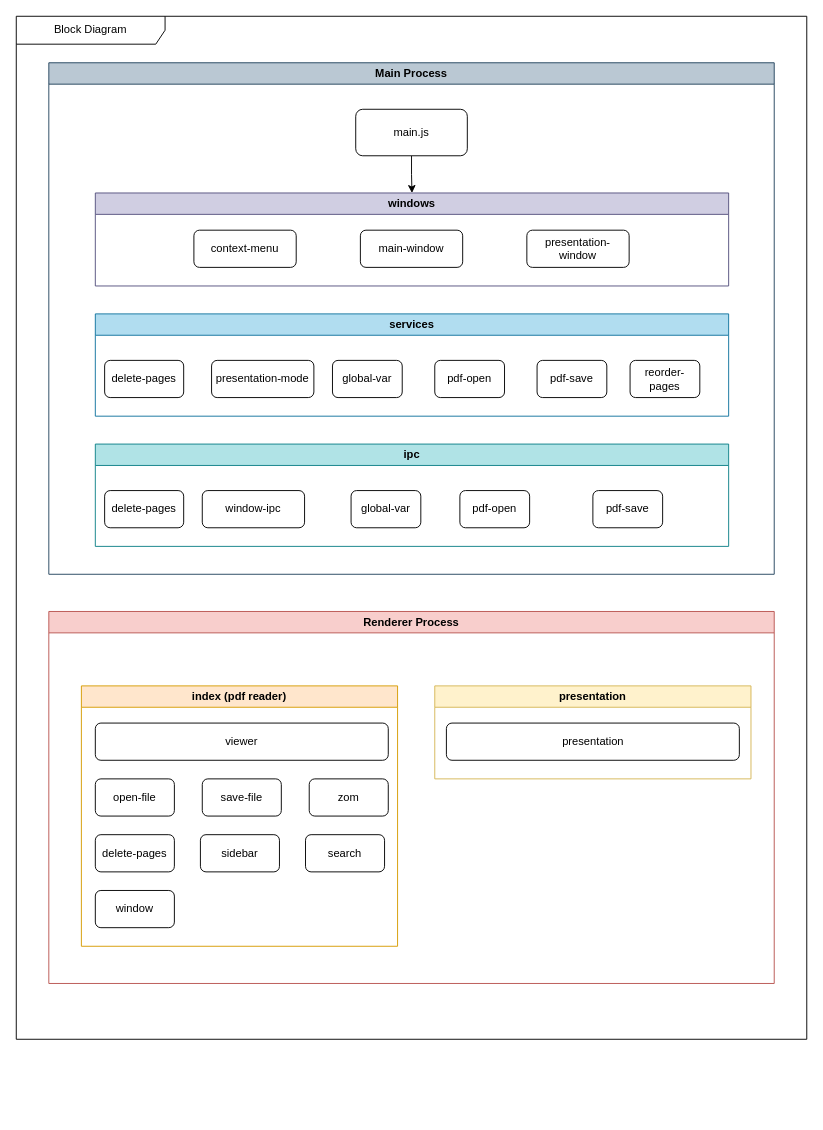
This is docs/manual_tecnico/block_diagram/BlockDiagram.drawio from Mashtic/LectorPDFMinimalista, a draw.io file, before an edit. Source tidied: cells renumbered, new cells numbered last; positions are measured from the earlier drawing's top-left corner, leaving out a move shared by most shapes. Both pictures are drawn from the tidied source at 93%, with x=0, y=0 at pixel (16, 16).
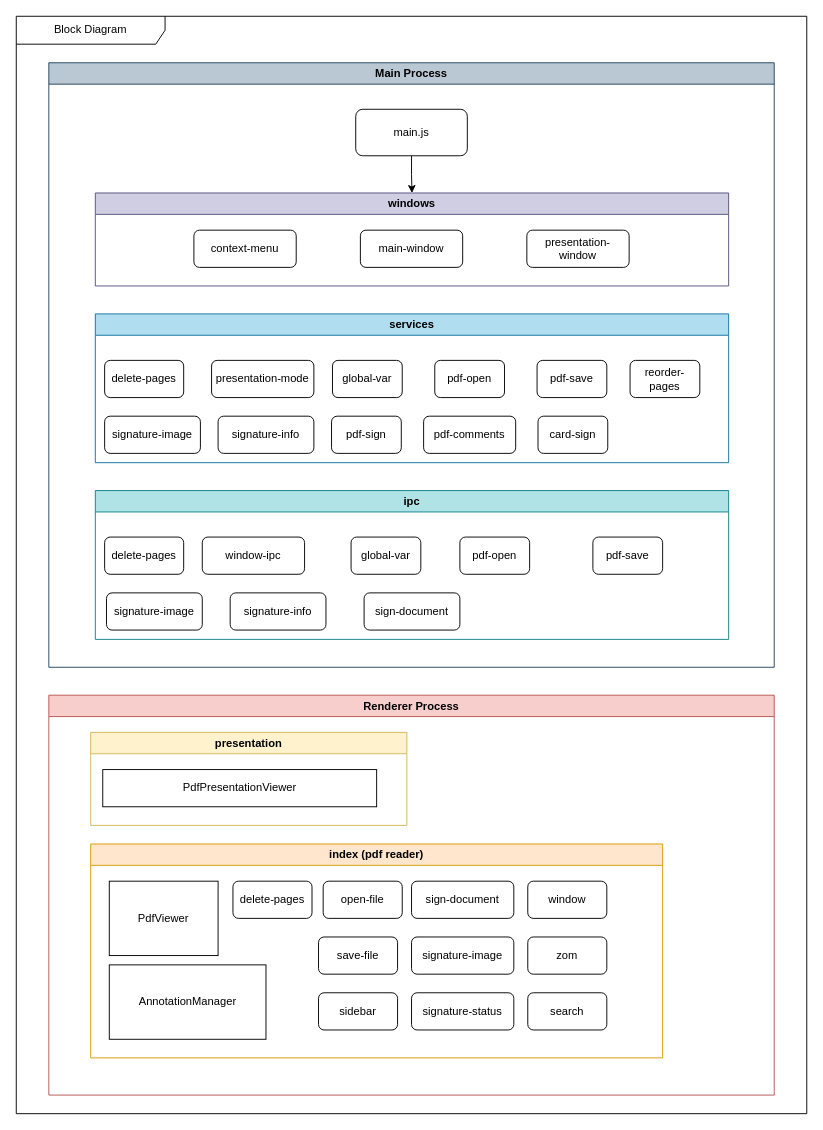
After the change.

The edit, as a diff of the source:
```diff
@@
     <mxCell id="2" value="Block Diagram" style="shape=umlFrame;whiteSpace=wrap;html=1;width=160;" parent="1" vertex="1">
-      <mxGeometry width="850" height="1100" as="geometry" />
+      <mxGeometry width="850" height="1180" as="geometry" />
     </mxCell>
     <mxCell id="3" value="Main Process" style="swimlane;whiteSpace=wrap;html=1;startSize=23;fillColor=#bac8d3;strokeColor=#23445d;" parent="2" vertex="1">
-      <mxGeometry x="35" y="50" width="780" height="550" as="geometry" />
+      <mxGeometry x="35" y="50" width="780" height="650" as="geometry" />
     </mxCell>
@@
     <mxCell id="6" value="services" style="swimlane;whiteSpace=wrap;html=1;startSize=23;fillColor=#b1ddf0;strokeColor=#10739e;" parent="3" vertex="1">
-      <mxGeometry x="50" y="270" width="681" height="110" as="geometry" />
+      <mxGeometry x="50" y="270" width="681" height="160" as="geometry" />
     </mxCell>
@@
+    <mxCell id="35" value="signature-image" style="rounded=1;whiteSpace=wrap;html=1;" parent="6" vertex="1">
+      <mxGeometry x="10" y="110" width="103" height="40" as="geometry" />
+    </mxCell>
+    <mxCell id="36" value="signature-info" style="rounded=1;whiteSpace=wrap;html=1;" parent="6" vertex="1">
+      <mxGeometry x="132" y="110" width="103" height="40" as="geometry" />
+    </mxCell>
+    <mxCell id="37" value="pdf-sign" style="rounded=1;whiteSpace=wrap;html=1;" parent="6" vertex="1">
+      <mxGeometry x="254" y="110" width="75" height="40" as="geometry" />
+    </mxCell>
+    <mxCell id="38" value="pdf-comments" style="rounded=1;whiteSpace=wrap;html=1;" parent="6" vertex="1">
+      <mxGeometry x="353" y="110" width="99" height="40" as="geometry" />
+    </mxCell>
+    <mxCell id="39" value="card-sign" style="rounded=1;whiteSpace=wrap;html=1;" parent="6" vertex="1">
+      <mxGeometry x="476" y="110" width="75" height="40" as="geometry" />
+    </mxCell>
@@
     <mxCell id="17" value="ipc" style="swimlane;whiteSpace=wrap;html=1;startSize=23;fillColor=#b0e3e6;strokeColor=#0e8088;" parent="3" vertex="1">
-      <mxGeometry x="50" y="410" width="681" height="110" as="geometry" />
+      <mxGeometry x="50" y="460" width="681" height="160" as="geometry" />
     </mxCell>
@@
+    <mxCell id="40" value="signature-image" style="rounded=1;whiteSpace=wrap;html=1;" parent="17" vertex="1">
+      <mxGeometry x="12" y="110" width="103" height="40" as="geometry" />
+    </mxCell>
+    <mxCell id="41" value="signature-info" style="rounded=1;whiteSpace=wrap;html=1;" parent="17" vertex="1">
+      <mxGeometry x="145" y="110" width="103" height="40" as="geometry" />
+    </mxCell>
+    <mxCell id="42" value="sign-document" style="rounded=1;whiteSpace=wrap;html=1;" parent="17" vertex="1">
+      <mxGeometry x="289" y="110" width="103" height="40" as="geometry" />
+    </mxCell>
     <mxCell id="23" value="Renderer Process" style="swimlane;whiteSpace=wrap;html=1;startSize=23;fillColor=#f8cecc;strokeColor=#b85450;" parent="2" vertex="1">
-      <mxGeometry x="35" y="640" width="780" height="400" as="geometry" />
+      <mxGeometry x="35" y="730" width="780" height="430" as="geometry" />
     </mxCell>
     <mxCell id="24" value="index (pdf reader)" style="swimlane;whiteSpace=wrap;html=1;startSize=23;fillColor=#ffe6cc;strokeColor=#d79b00;" parent="23" vertex="1">
-      <mxGeometry x="35" y="80" width="340" height="280" as="geometry" />
+      <mxGeometry x="45" y="160" width="615" height="230" as="geometry" />
     </mxCell>
     <mxCell id="25" value="delete-pages" style="rounded=1;whiteSpace=wrap;html=1;" parent="24" vertex="1">
-      <mxGeometry x="15" y="160" width="85" height="40" as="geometry" />
+      <mxGeometry x="153" y="40" width="85" height="40" as="geometry" />
     </mxCell>
     <mxCell id="26" value="open-file" style="rounded=1;whiteSpace=wrap;html=1;" parent="24" vertex="1">
-      <mxGeometry x="15" y="100" width="85" height="40" as="geometry" />
+      <mxGeometry x="250" y="40" width="85" height="40" as="geometry" />
     </mxCell>
     <mxCell id="27" value="save-file" style="rounded=1;whiteSpace=wrap;html=1;" parent="24" vertex="1">
-      <mxGeometry x="130" y="100" width="85" height="40" as="geometry" />
+      <mxGeometry x="245" y="100" width="85" height="40" as="geometry" />
     </mxCell>
     <mxCell id="28" value="search" style="rounded=1;whiteSpace=wrap;html=1;" parent="24" vertex="1">
-      <mxGeometry x="241" y="160" width="85" height="40" as="geometry" />
+      <mxGeometry x="470" y="160" width="85" height="40" as="geometry" />
     </mxCell>
     <mxCell id="29" value="sidebar" style="rounded=1;whiteSpace=wrap;html=1;" parent="24" vertex="1">
-      <mxGeometry x="128" y="160" width="85" height="40" as="geometry" />
+      <mxGeometry x="245" y="160" width="85" height="40" as="geometry" />
     </mxCell>
-    <mxCell id="30" value="viewer" style="rounded=1;whiteSpace=wrap;html=1;" parent="24" vertex="1">
-      <mxGeometry x="15" y="40" width="315" height="40" as="geometry" />
-    </mxCell>
     <mxCell id="31" value="window" style="rounded=1;whiteSpace=wrap;html=1;" parent="24" vertex="1">
-      <mxGeometry x="15" y="220" width="85" height="40" as="geometry" />
+      <mxGeometry x="470" y="40" width="85" height="40" as="geometry" />
     </mxCell>
     <mxCell id="32" value="zom" style="rounded=1;whiteSpace=wrap;html=1;" parent="24" vertex="1">
-      <mxGeometry x="245" y="100" width="85" height="40" as="geometry" />
+      <mxGeometry x="470" y="100" width="85" height="40" as="geometry" />
     </mxCell>
+    <mxCell id="43" value="sign-document" style="rounded=1;whiteSpace=wrap;html=1;" parent="24" vertex="1">
+      <mxGeometry x="345" y="40" width="110" height="40" as="geometry" />
+    </mxCell>
+    <mxCell id="44" value="signature-image" style="rounded=1;whiteSpace=wrap;html=1;" parent="24" vertex="1">
+      <mxGeometry x="345" y="100" width="110" height="40" as="geometry" />
+    </mxCell>
+    <mxCell id="45" value="signature-status" style="rounded=1;whiteSpace=wrap;html=1;" parent="24" vertex="1">
+      <mxGeometry x="345" y="160" width="110" height="40" as="geometry" />
+    </mxCell>
+    <mxCell id="46" value="PdfViewer" style="html=1;whiteSpace=wrap;" parent="24" vertex="1">
+      <mxGeometry x="20" y="40" width="117" height="80" as="geometry" />
+    </mxCell>
+    <mxCell id="47" value="AnnotationManager" style="html=1;whiteSpace=wrap;" parent="24" vertex="1">
+      <mxGeometry x="20" y="130" width="168.5" height="80" as="geometry" />
+    </mxCell>
     <mxCell id="33" value="presentation" style="swimlane;whiteSpace=wrap;html=1;startSize=23;fillColor=#fff2cc;strokeColor=#d6b656;" parent="23" vertex="1">
-      <mxGeometry x="415" y="80" width="340" height="100" as="geometry" />
+      <mxGeometry x="45" y="40" width="340" height="100" as="geometry" />
     </mxCell>
-    <mxCell id="34" value="presentation" style="rounded=1;whiteSpace=wrap;html=1;" parent="33" vertex="1">
-      <mxGeometry x="12.5" y="40" width="315" height="40" as="geometry" />
-    </mxCell>
+    <mxCell id="48" value="PdfPresentationViewer" style="html=1;whiteSpace=wrap;" parent="33" vertex="1">
+      <mxGeometry x="13" y="40" width="294.5" height="40" as="geometry" />
+    </mxCell>
```
